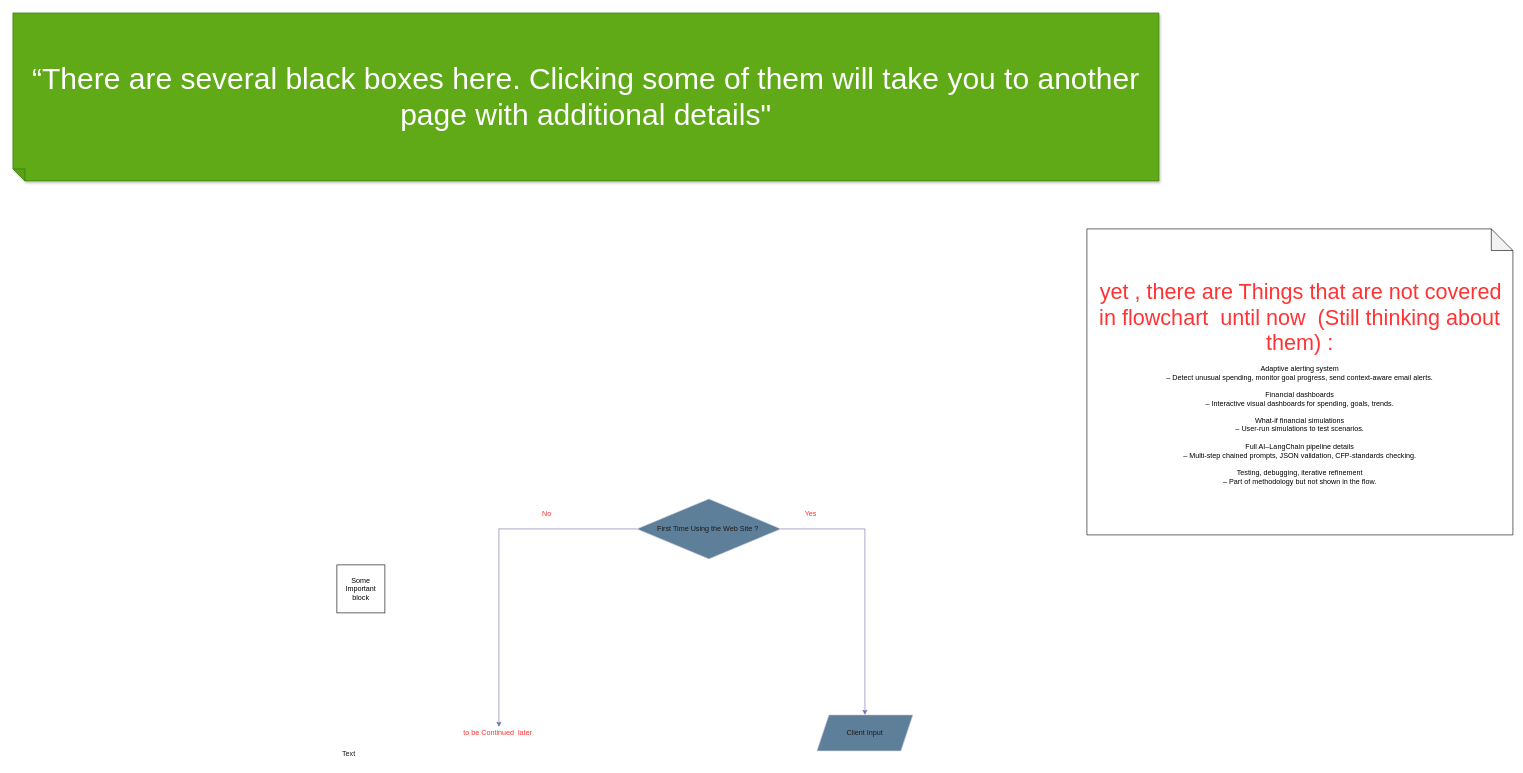
Earlier version of the draw.io diagram page "MainFlowChart" (1 of 13) of FinSigh_AI_FlowChat.drawio (ABDULRAHMAN-M-CODE/FinSight_AI). Source tidied: cells renumbered, new cells numbered last; positions are measured from the earlier drawing's top-left corner, leaving out a move shared by most shapes. Both pictures are drawn from the tidied source at 60%, with x=0, y=0 at pixel (13, 13).
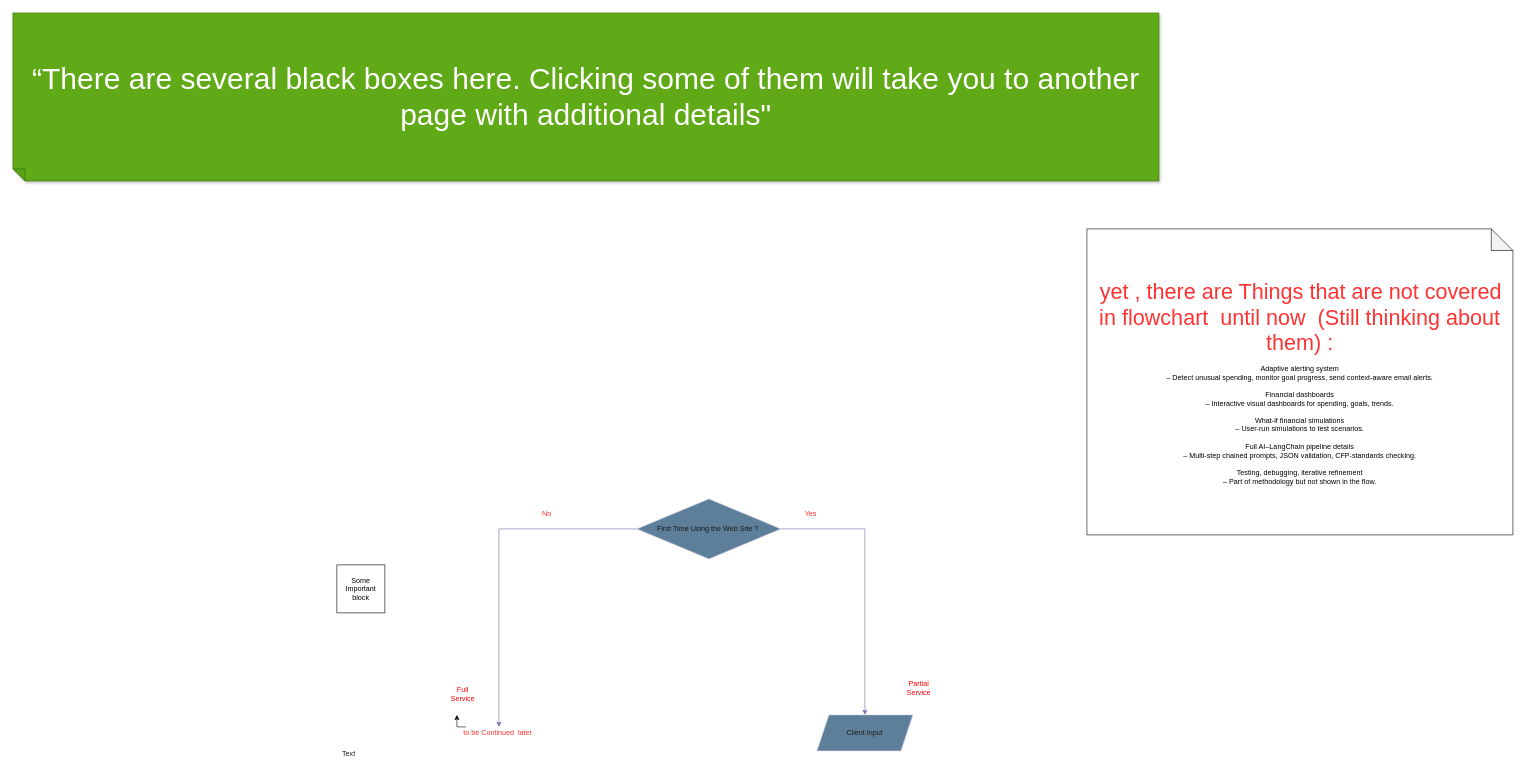
The same page after the edit.

The edit, as a diff of the source:
```diff
@@
 <mxGraphModel>
   <root>
     <mxCell id="0" />
     <mxCell id="1" parent="0" />
     <mxCell id="2" value="Client Input" style="shape=parallelogram;perimeter=parallelogramPerimeter;whiteSpace=wrap;html=1;fixedSize=1;labelBackgroundColor=none;fillColor=#5D7F99;strokeColor=#D0CEE2;fontColor=#1A1A1A;" parent="1" vertex="1">
       <mxGeometry x="1340" y="1170" width="160" height="60" as="geometry" />
     </mxCell>
     <mxCell id="3" style="edgeStyle=orthogonalEdgeStyle;rounded=0;jettySize=auto;html=1;strokeColor=#736CA8;fontColor=#1A1A1A;" parent="1" edge="1" source="5" target="2">
       <mxGeometry relative="1" as="geometry" />
     </mxCell>
     <mxCell id="4" style="edgeStyle=orthogonalEdgeStyle;rounded=0;jettySize=auto;html=1;strokeColor=#736CA8;fontColor=#1A1A1A;entryX=0.5;entryY=0;entryDx=0;entryDy=0;" parent="1" edge="1" source="5" target="12">
       <mxGeometry relative="1" as="geometry" />
     </mxCell>
     <mxCell id="5" value="First Time Using the Web Site ?&amp;nbsp;" style="rhombus;whiteSpace=wrap;html=1;strokeColor=#D0CEE2;fontColor=#1A1A1A;fillColor=#5D7F99;" parent="1" vertex="1">
       <mxGeometry x="1040" y="810" width="240" height="100" as="geometry" />
     </mxCell>
     <mxCell id="6" value="&lt;font style=&quot;color: rgb(255, 51, 51);&quot;&gt;Yes&lt;/font&gt;" style="text;html=1;whiteSpace=wrap;strokeColor=none;fillColor=none;align=center;verticalAlign=middle;rounded=0;fontColor=#1A1A1A;" parent="1" vertex="1">
       <mxGeometry x="1300" y="820" width="60" height="30" as="geometry" />
     </mxCell>
     <mxCell id="7" value="&lt;font style=&quot;color: rgb(255, 51, 51);&quot;&gt;No&lt;/font&gt;" style="text;html=1;whiteSpace=wrap;strokeColor=none;fillColor=none;align=center;verticalAlign=middle;rounded=0;fontColor=#1A1A1A;" parent="1" vertex="1">
       <mxGeometry x="860" y="820" width="60" height="30" as="geometry" />
     </mxCell>
     <mxCell id="8" value="&amp;nbsp;&lt;font style=&quot;font-size: 36px; color: rgb(255, 51, 51);&quot;&gt;yet , there are Things that are not covered in flowchart&amp;nbsp; until now&amp;nbsp; (Still thinking about them) :&lt;/font&gt;&lt;div&gt;&lt;br&gt;&lt;div&gt;&lt;div&gt;&lt;span style=&quot;font-size: 12px;&quot;&gt;Adaptive alerting system&lt;/span&gt;&lt;/div&gt;&lt;div&gt;&lt;span style=&quot;font-size: 12px;&quot;&gt;– Detect unusual spending, monitor goal progress, send context-aware email alerts.&lt;/span&gt;&lt;/div&gt;&lt;div&gt;&lt;span style=&quot;font-size: 12px;&quot;&gt;&lt;br&gt;&lt;/span&gt;&lt;/div&gt;&lt;div&gt;&lt;span style=&quot;font-size: 12px;&quot;&gt;Financial dashboards&lt;/span&gt;&lt;/div&gt;&lt;div&gt;&lt;span style=&quot;font-size: 12px;&quot;&gt;– Interactive visual dashboards for spending, goals, trends.&lt;/span&gt;&lt;/div&gt;&lt;div&gt;&lt;span style=&quot;font-size: 12px;&quot;&gt;&lt;br&gt;&lt;/span&gt;&lt;/div&gt;&lt;div&gt;&lt;span style=&quot;font-size: 12px;&quot;&gt;What-if financial simulations&lt;/span&gt;&lt;/div&gt;&lt;div&gt;&lt;span style=&quot;font-size: 12px;&quot;&gt;– User-run simulations to test scenarios.&lt;/span&gt;&lt;/div&gt;&lt;div&gt;&lt;span style=&quot;font-size: 12px;&quot;&gt;&lt;br&gt;&lt;/span&gt;&lt;/div&gt;&lt;div&gt;&lt;span style=&quot;font-size: 12px;&quot;&gt;Full AI–LangChain pipeline details&lt;/span&gt;&lt;/div&gt;&lt;div&gt;&lt;span style=&quot;font-size: 12px;&quot;&gt;– Multi-step chained prompts, JSON validation, CFP-standards checking.&lt;/span&gt;&lt;/div&gt;&lt;div&gt;&lt;span style=&quot;font-size: 12px;&quot;&gt;&lt;br&gt;&lt;/span&gt;&lt;/div&gt;&lt;div&gt;&lt;span style=&quot;font-size: 12px;&quot;&gt;Testing, debugging, iterative refinement&lt;/span&gt;&lt;/div&gt;&lt;div&gt;&lt;span style=&quot;font-size: 12px;&quot;&gt;– Part of methodology but not shown in the flow.&lt;/span&gt;&lt;/div&gt;&lt;/div&gt;&lt;/div&gt;" style="shape=note;whiteSpace=wrap;html=1;backgroundOutline=1;darkOpacity=0.05;size=36;" parent="1" vertex="1">
       <mxGeometry x="1790" y="360" width="710" height="510" as="geometry" />
     </mxCell>
     <mxCell id="9" value="&lt;font style=&quot;color: rgb(255, 255, 255); font-size: 50px;&quot;&gt;“There are several black boxes here. Clicking some of them will take you to another page with additional details&quot;&lt;/font&gt;" style="shape=note;whiteSpace=wrap;html=1;backgroundOutline=1;fontColor=#ffffff;darkOpacity=0.05;fillColor=#60a917;strokeColor=#2D7600;fillStyle=solid;direction=west;gradientDirection=north;shadow=1;size=20;" parent="1" vertex="1">
       <mxGeometry width="1910" height="280" as="geometry" />
     </mxCell>
     <mxCell id="10" value="Some Important block" style="whiteSpace=wrap;html=1;" parent="1" vertex="1">
       <mxGeometry x="540" y="920" width="80" height="80" as="geometry" />
     </mxCell>
     <mxCell id="11" value="Text" style="text;html=1;whiteSpace=wrap;strokeColor=none;fillColor=none;align=center;verticalAlign=middle;rounded=0;fontColor=#1A1A1A;" parent="1" vertex="1">
       <mxGeometry x="530" y="1220" width="60" height="30" as="geometry" />
     </mxCell>
+    <mxCell id="13" style="edgeStyle=orthogonalEdgeStyle;rounded=0;jettySize=auto;html=1;exitX=0.25;exitY=0;exitDx=0;exitDy=0;" parent="1" edge="1" source="12">
+      <mxGeometry relative="1" as="geometry">
+        <mxPoint x="740" y="1170" as="targetPoint" />
+      </mxGeometry>
+    </mxCell>
     <mxCell id="12" value="&lt;div&gt;&lt;font style=&quot;color: rgb(255, 51, 51);&quot;&gt;&lt;br&gt;&lt;/font&gt;&lt;/div&gt;&lt;font style=&quot;color: rgb(255, 51, 51);&quot;&gt;to be Continued&amp;nbsp; later&amp;nbsp;&lt;/font&gt;&lt;div&gt;&lt;br&gt;&lt;/div&gt;" style="text;html=1;whiteSpace=wrap;strokeColor=none;fillColor=none;align=center;verticalAlign=middle;rounded=0;" parent="1" vertex="1">
       <mxGeometry x="700" y="1190" width="220" height="20" as="geometry" />
     </mxCell>
+    <mxCell id="14" value="&lt;font style=&quot;color: rgb(255, 0, 0);&quot;&gt;Partial Service&lt;/font&gt;" style="text;html=1;whiteSpace=wrap;strokeColor=none;fillColor=none;align=center;verticalAlign=middle;rounded=0;" parent="1" vertex="1">
+      <mxGeometry x="1480" y="1110" width="60" height="30" as="geometry" />
+    </mxCell>
+    <mxCell id="15" value="&lt;font style=&quot;color: rgb(255, 0, 0);&quot;&gt;Full Service&lt;/font&gt;" style="text;html=1;whiteSpace=wrap;strokeColor=none;fillColor=none;align=center;verticalAlign=middle;rounded=0;" parent="1" vertex="1">
+      <mxGeometry x="720" y="1120" width="60" height="30" as="geometry" />
+    </mxCell>
   </root>
 </mxGraphModel>
```
